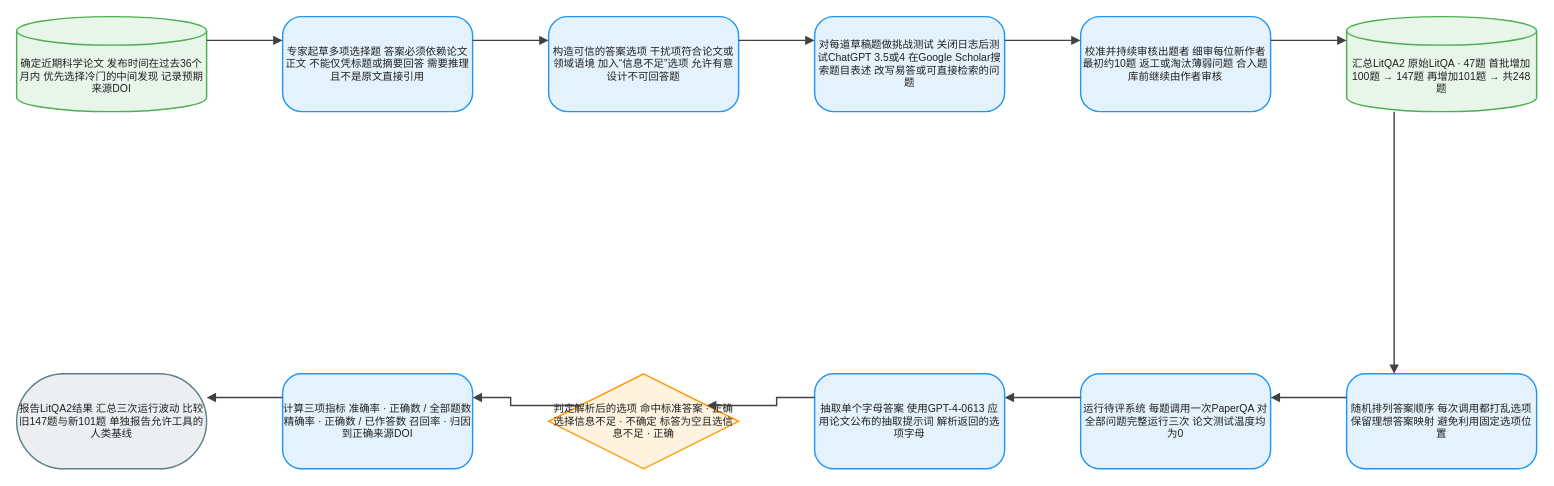
Earlier version of the draw.io diagram client/public/drawio/LitQA2/LitQA2.zh.drawio (joe1chief/benchmark-hub). Source tidied: cells renumbered, new cells numbered last; positions are measured from the earlier drawing's top-left corner, leaving out a move shared by most shapes. Both pictures are drawn from the tidied source at 95%, with x=0, y=0 at pixel (16, 16).
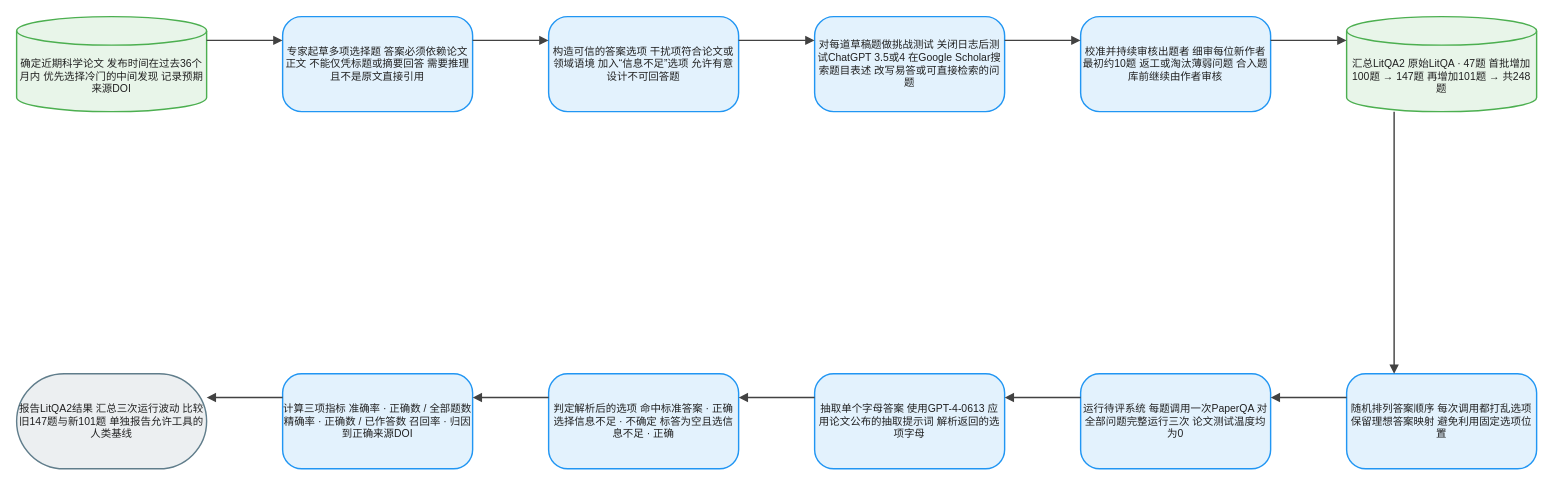
The same diagram, later.

Change to the diagram source:
```diff
@@
-    <mxCell id="11" value="判定解析后的选项 命中标准答案 · 正确 选择信息不足 · 不确定 标答为空且选信息不足 · 正确" style="rhombus;html=1;whiteSpace=wrap;fillColor=#FFF3E0;strokeColor=#FF9800;strokeWidth=1.5;fontColor=#212121;fontSize=11;fontFamily=Arial, Helvetica, sans-serif;verticalAlign=middle;align=center;" parent="1" vertex="1">
+    <mxCell id="11" value="判定解析后的选项 命中标准答案 · 正确 选择信息不足 · 不确定 标答为空且选信息不足 · 正确" style="rounded=1;arcSize=20;html=1;whiteSpace=wrap;fillColor=#E3F2FD;strokeColor=#2196F3;strokeWidth=1.5;fontColor=#212121;fontSize=11;fontFamily=Arial, Helvetica, sans-serif;verticalAlign=middle;align=center;" parent="1" vertex="1">
       <mxGeometry x="560" y="376" width="200" height="100" as="geometry" />
     </mxCell>
```
